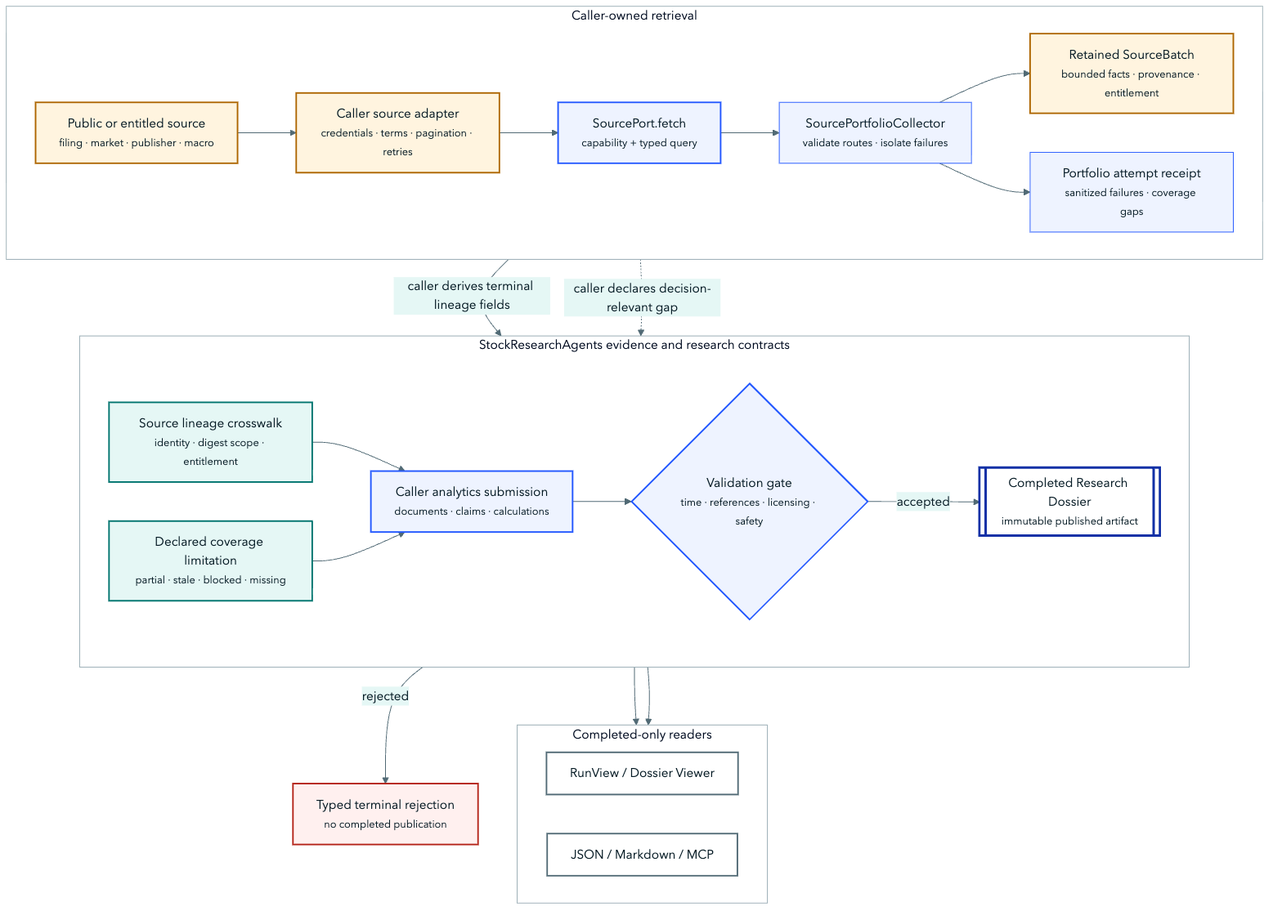
harshitagarwal2/StockResearchAgents keeps this Mermaid diagram as assets/architecture/source-to-dossier.png. Above is the earlier version. Its source is kept beside it as docs/diagrams/source-to-dossier.mmd.
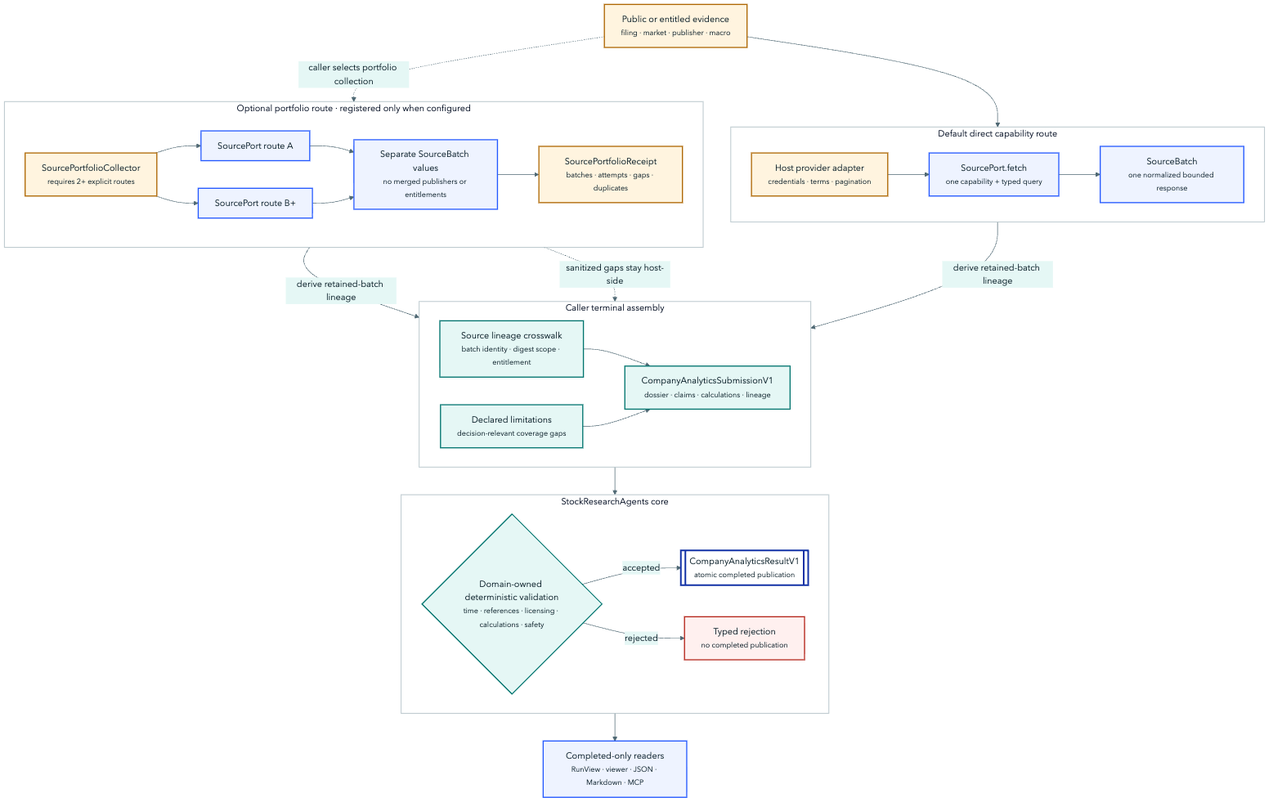
Above is the later version.

Diff of the diagram source:
```diff
@@ -1,57 +1,66 @@
 %%{init: {"theme":"base","fontFamily":"Avenir Next, Segoe UI, sans-serif","themeVariables":{"fontFamily":"Avenir Next, Segoe UI, sans-serif","primaryColor":"#eef3ff","primaryTextColor":"#071c26","primaryBorderColor":"#2257ff","lineColor":"#516a75","secondaryColor":"#e5f7f5","tertiaryColor":"#fff4df","background":"#f5f8f9","clusterBkg":"#ffffff","clusterBorder":"#96aab2"},"flowchart":{"curve":"basis","htmlLabels":true}}}%%
 flowchart TB
-  accTitle: Evidence-to-dossier flow
-  accDescr: A caller-owned source adapter normalizes public or entitled evidence through a provider-neutral SourcePort boundary. The caller derives typed terminal lineage fields from retained batches, while sanitized failed attempts and coverage gaps remain caller receipts that must be declared as limitations when decision-relevant. StockResearchAgents validates provenance, time, licensing, claims, and calculations in the complete CompanyAnalyticsSubmissionV1 before publishing CompanyAnalyticsResultV1; a rejected terminal submission is not published.
+  accTitle: Direct and portfolio evidence-to-dossier flows
+  accDescr: A direct research-data capability calls one host SourcePort and returns one SourceBatch. An optional explicitly configured SourcePortfolioCollector calls at least two SourcePort routes and returns a SourcePortfolioReceipt while preserving separate batches, entitlements, attempts, and gaps. The caller derives terminal lineage from retained batches and declares decision-relevant gaps before StockResearchAgents performs domain-owned deterministic validation and completed-only publication.
 
-  subgraph H["Caller-owned retrieval"]
+  SRC["Public or entitled evidence<br/><small>filing · market · publisher · macro</small>"]
+
+  subgraph DIRECT["Default direct capability route"]
     direction LR
-    SRC["Public or entitled source<br/><small>filing · market · publisher · macro</small>"]
-    ADAPTER["Caller source adapter<br/><small>credentials · terms · pagination · retries</small>"]
-    PORT["SourcePort.fetch<br/><small>capability + typed query</small>"]
-    COLLECT["SourcePortfolioCollector<br/><small>validate routes · isolate failures</small>"]
-    BATCH["Retained SourceBatch<br/><small>bounded facts · provenance · entitlement</small>"]
-    ATTEMPT["Portfolio attempt receipt<br/><small>sanitized failures · coverage gaps</small>"]
-    SRC --> ADAPTER --> PORT --> COLLECT
-    COLLECT --> BATCH
-    COLLECT --> ATTEMPT
+    ADAPTER["Host provider adapter<br/><small>credentials · terms · pagination</small>"]
+    PORT["SourcePort.fetch<br/><small>one capability + typed query</small>"]
+    BATCH["SourceBatch<br/><small>one normalized bounded response</small>"]
+    ADAPTER --> PORT --> BATCH
   end
 
-  subgraph P["StockResearchAgents evidence and research contracts"]
+  subgraph OPTIONAL["Optional portfolio route · registered only when configured"]
     direction LR
-    LINEAGE["Source lineage crosswalk<br/><small>identity · digest scope · entitlement</small>"]
-    DOSSIER["Caller analytics submission<br/><small>documents · claims · calculations</small>"]
-    LIMIT["Declared coverage limitation<br/><small>partial · stale · blocked · missing</small>"]
-    GATE{"Validation gate<br/><small>time · references · licensing · safety</small>"}
-    DONE[["Completed Research Dossier<br/><small>immutable published artifact</small>"]]
-    LINEAGE --> DOSSIER --> GATE
-    LIMIT --> DOSSIER
-    GATE -->|accepted| DONE
+    COLLECT["SourcePortfolioCollector<br/><small>requires 2+ explicit routes</small>"]
+    ROUTEA["SourcePort route A"]
+    ROUTEB["SourcePort route B+"]
+    BATCHES["Separate SourceBatch values<br/><small>no merged publishers or entitlements</small>"]
+    RECEIPT["SourcePortfolioReceipt<br/><small>batches · attempts · gaps · duplicates</small>"]
+    COLLECT --> ROUTEA --> BATCHES
+    COLLECT --> ROUTEB --> BATCHES
+    BATCHES --> RECEIPT
   end
 
-  subgraph R["Completed-only readers"]
+  SRC --> ADAPTER
+  SRC -. caller selects portfolio collection .-> COLLECT
+
+  subgraph CALLER["Caller terminal assembly"]
     direction LR
-    VIEW["RunView / Dossier Viewer"]
-    EXPORT["JSON / Markdown / MCP"]
+    LINEAGE["Source lineage crosswalk<br/><small>batch identity · digest scope · entitlement</small>"]
+    LIMIT["Declared limitations<br/><small>decision-relevant coverage gaps</small>"]
+    SUBMIT["CompanyAnalyticsSubmissionV1<br/><small>dossier · claims · calculations · lineage</small>"]
+    LINEAGE --> SUBMIT
+    LIMIT --> SUBMIT
   end
 
-  REJECT["Typed terminal rejection<br/><small>no completed publication</small>"]
+  BATCH -->|derive retained-batch lineage| LINEAGE
+  BATCHES -->|derive retained-batch lineage| LINEAGE
+  RECEIPT -. sanitized gaps stay host-side .-> LIMIT
 
-  BATCH -->|caller derives terminal lineage fields| LINEAGE
-  ATTEMPT -. caller declares decision-relevant gap .-> LIMIT
-  GATE -->|rejected| REJECT
-  DONE --> VIEW
-  DONE --> EXPORT
+  subgraph CORE["StockResearchAgents core"]
+    direction LR
+    GATE{"Domain-owned deterministic validation<br/><small>time · references · licensing · calculations · safety</small>"}
+    DONE[["CompanyAnalyticsResultV1<br/><small>atomic completed publication</small>"]]
+    REJECT["Typed rejection<br/><small>no completed publication</small>"]
+    GATE -->|accepted| DONE
+    GATE -->|rejected| REJECT
+  end
+
+  SUBMIT --> GATE
+  DONE --> READ["Completed-only readers<br/><small>RunView · viewer · JSON · Markdown · MCP</small>"]
 
   classDef host fill:#fff4df,stroke:#ad6500,color:#071c26,stroke-width:2px;
   classDef port fill:#eef3ff,stroke:#2257ff,color:#071c26,stroke-width:2px;
   classDef validated fill:#e5f7f5,stroke:#00746e,color:#071c26,stroke-width:2px;
   classDef artifact fill:#ffffff,stroke:#1231a6,color:#071c26,stroke-width:3px;
   classDef rejected fill:#fff0ef,stroke:#b42318,color:#071c26,stroke-width:2px;
-  classDef read fill:#ffffff,stroke:#516a75,color:#071c26,stroke-width:2px;
-  class SRC,ADAPTER,BATCH host;
-  class PORT,DOSSIER,GATE port;
-  class LINEAGE validated;
+  class SRC,ADAPTER,COLLECT,RECEIPT host;
+  class PORT,ROUTEA,ROUTEB,BATCH,BATCHES port;
+  class LINEAGE,LIMIT,SUBMIT,GATE validated;
   class DONE artifact;
-  class LIMIT validated;
   class REJECT rejected;
-  class VIEW,EXPORT read;
+  class READ port;
```
